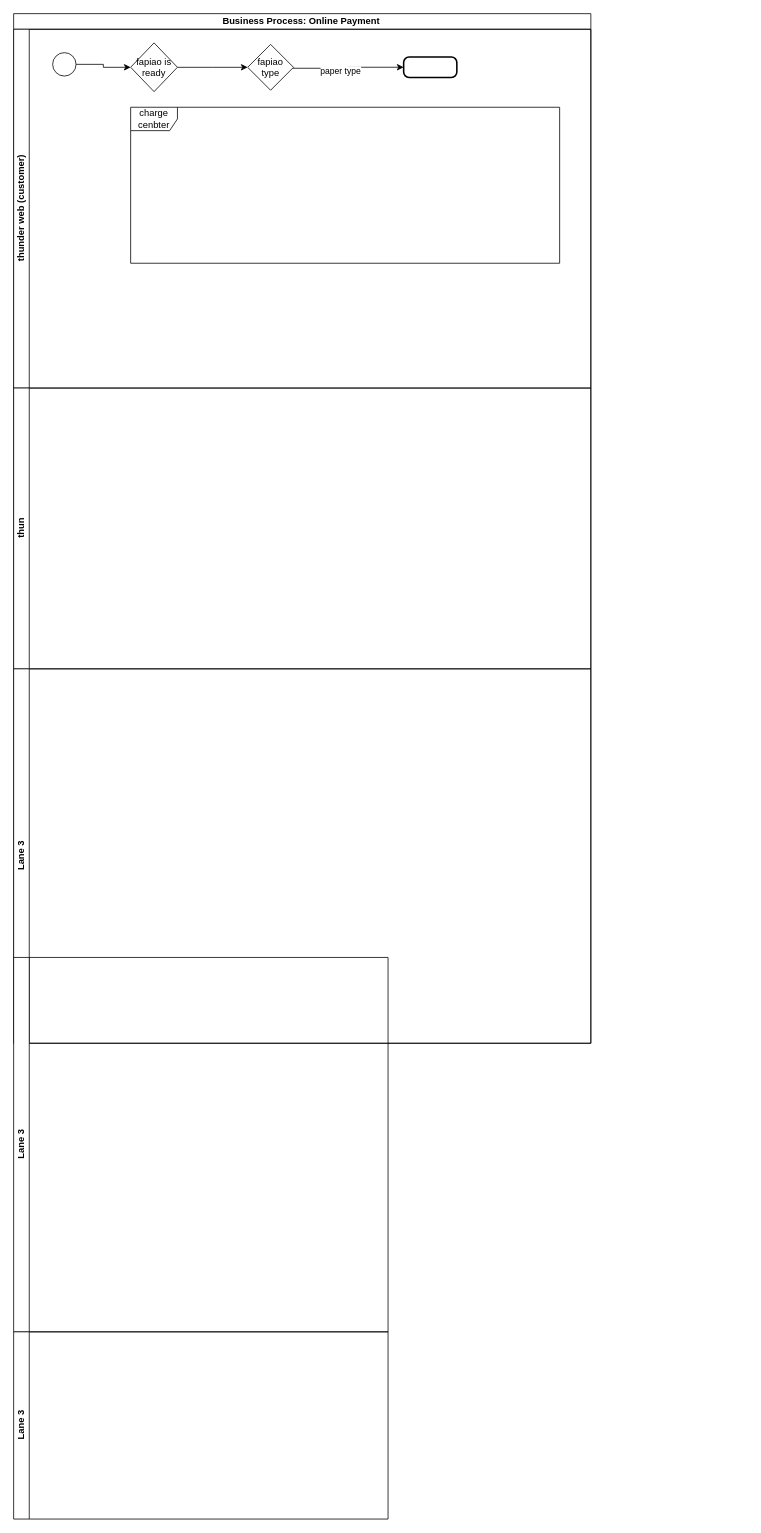
The draw.io diagram ningbo bank pay.drawio in yi2003/diagram, before the edit. Source tidied: cells renumbered, new cells numbered last; positions are measured from the earlier drawing's top-left corner, leaving out a move shared by most shapes. Both pictures are drawn from the tidied source at 78%, with x=0, y=0 at pixel (13, 13).
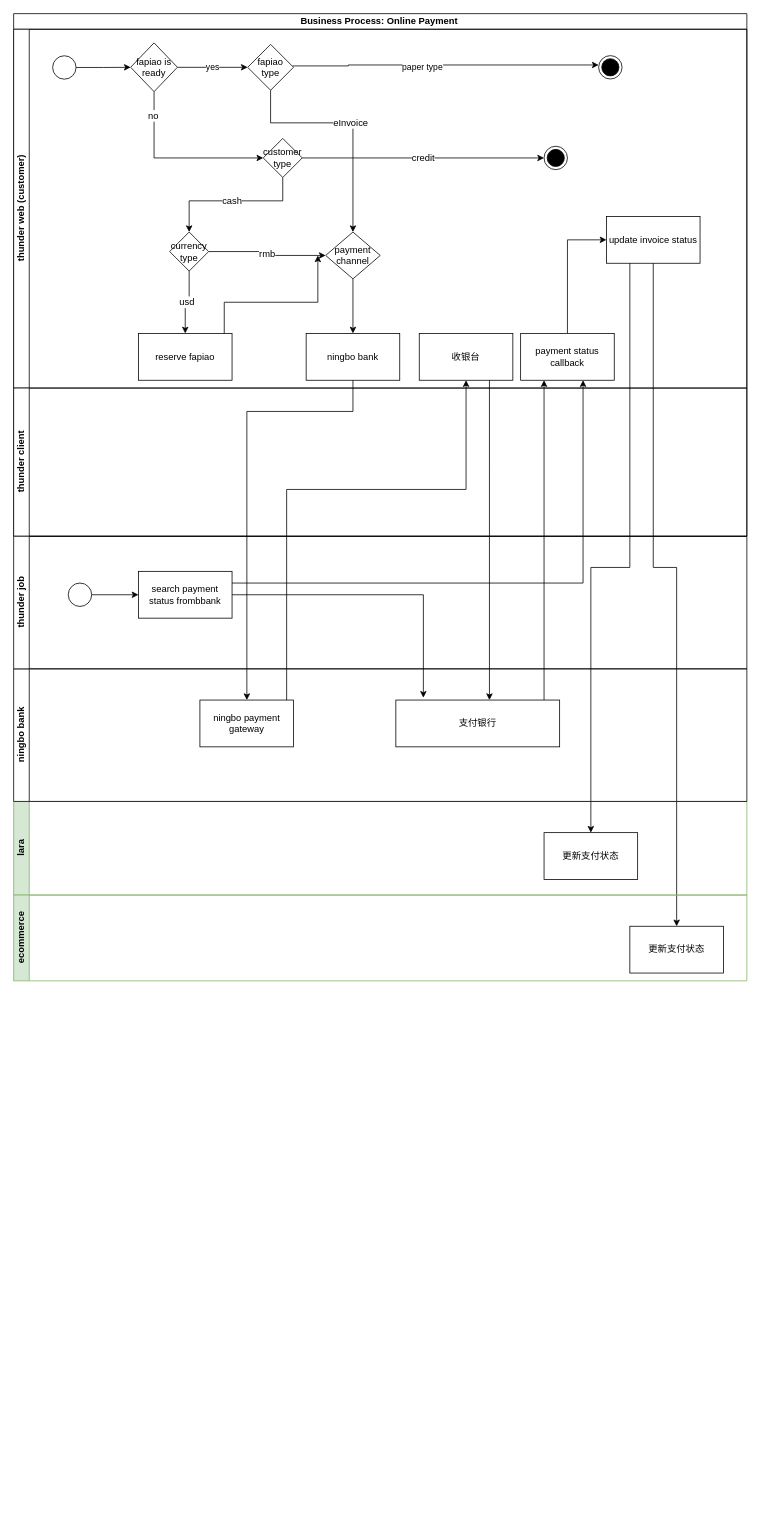
The same diagram, later.

The change refers to these unchanged cells:
```xml
<mxCell id="7" value="fapiao is ready" style="rhombus;whiteSpace=wrap;html=1;" parent="3" vertex="1">
  <mxGeometry x="150" y="17.5" width="60" height="62.5" as="geometry" />
</mxCell>
<mxCell id="10" value="fapiao type" style="rhombus;whiteSpace=wrap;html=1;" parent="3" vertex="1">
  <mxGeometry x="300" y="19.4" width="58.8" height="58.8" as="geometry" />
</mxCell>
```

What changed in the source:
```diff
@@
     <mxCell id="2" value="Business Process: Online Payment&amp;nbsp;" style="swimlane;horizontal=1;startSize=20;html=1;" parent="1" vertex="1">
-      <mxGeometry width="740" height="1320" as="geometry" />
+      <mxGeometry width="940" height="670" as="geometry" />
     </mxCell>
     <mxCell id="3" value="thunder web (customer)" style="swimlane;startSize=20;horizontal=0;html=1;" parent="2" vertex="1">
-      <mxGeometry y="20" width="740" height="460" as="geometry" />
+      <mxGeometry y="20" width="940" height="460" as="geometry" />
     </mxCell>
@@
     <mxCell id="5" style="ellipse;" parent="3" vertex="1">
-      <mxGeometry x="50" y="30" width="30" height="30" as="geometry" />
+      <mxGeometry x="50" y="34" width="30" height="30" as="geometry" />
     </mxCell>
-    <mxCell id="6" style="edgeStyle=orthogonalEdgeStyle;rounded=0;jettySize=auto;html=1;" parent="3" edge="1" source="7" target="10">
+    <mxCell id="6" value="yes" style="edgeStyle=orthogonalEdgeStyle;rounded=0;jettySize=auto;html=1;" parent="3" edge="1" source="7" target="10">
       <mxGeometry relative="1" as="geometry" />
     </mxCell>
+    <mxCell id="17" style="edgeStyle=orthogonalEdgeStyle;rounded=0;jettySize=auto;html=1;strokeColor=#000000;fontFamily=Helvetica;fontSize=12;fontColor=rgb(0, 0, 0);startSize=20;entryX=0;entryY=0.5;entryDx=0;entryDy=0;" parent="3" edge="1" source="7" target="22">
+      <mxGeometry relative="1" as="geometry">
+        <Array as="points">
+          <mxPoint x="180" y="165" />
+        </Array>
+      </mxGeometry>
+    </mxCell>
+    <mxCell id="18" value="no" style="edgeLabel;html=1;align=center;verticalAlign=middle;fontSize=12;fontFamily=Helvetica;fontColor=rgb(0, 0, 0);" parent="17" vertex="1">
+      <mxGeometry x="-0.73" y="-2" relative="1" as="geometry" />
+    </mxCell>
@@
-    <mxCell id="8" style="edgeStyle=orthogonalEdgeStyle;rounded=0;jettySize=auto;html=1;entryX=0;entryY=0.5;entryDx=0;entryDy=0;" parent="3" edge="1" source="10" target="11">
+    <mxCell id="8" style="edgeStyle=orthogonalEdgeStyle;rounded=0;orthogonalLoop=1;jettySize=auto;html=1;entryX=0;entryY=0.5;entryDx=0;entryDy=0;" parent="3" edge="1">
       <mxGeometry relative="1" as="geometry">
+        <mxPoint x="357.5" y="47" as="sourcePoint" />
+        <mxPoint x="750" y="45.8" as="targetPoint" />
         <Array as="points">
-          <mxPoint x="429" y="50" />
-          <mxPoint x="429" y="49" />
+          <mxPoint x="429" y="47" />
+          <mxPoint x="429" y="46" />
         </Array>
       </mxGeometry>
     </mxCell>
@@
+    <mxCell id="19" value="eInvoice" style="edgeStyle=orthogonalEdgeStyle;rounded=0;jettySize=auto;html=1;entryX=0.5;entryY=0;entryDx=0;entryDy=0;strokeColor=#000000;fontFamily=Helvetica;fontSize=12;fontColor=rgb(0, 0, 0);startSize=20;" parent="3" edge="1" source="10" target="28">
+      <mxGeometry relative="1" as="geometry">
+        <Array as="points">
+          <mxPoint x="329" y="120" />
+          <mxPoint x="435" y="120" />
+        </Array>
+      </mxGeometry>
+    </mxCell>
@@
-    <mxCell id="11" style="rounded=1;whiteSpace=wrap;html=1;absoluteArcSize=1;arcSize=14;strokeWidth=2;" parent="3" vertex="1">
-      <mxGeometry x="500" y="35.6" width="68.2" height="26.2" as="geometry" />
-    </mxCell>
-    <mxCell id="12" value="charge cenbter" style="shape=umlFrame;whiteSpace=wrap;html=1;" parent="3" vertex="1">
-      <mxGeometry x="150" y="100" width="550" height="200" as="geometry" />
-    </mxCell>
+    <mxCell id="20" value="credit" style="edgeStyle=orthogonalEdgeStyle;rounded=0;jettySize=auto;html=1;strokeColor=#000000;fontFamily=Helvetica;fontSize=12;fontColor=rgb(0, 0, 0);startSize=20;entryX=0;entryY=0.5;entryDx=0;entryDy=0;" parent="3" edge="1" source="22" target="35">
+      <mxGeometry relative="1" as="geometry">
+        <Array as="points">
+          <mxPoint x="670" y="165" />
+        </Array>
+      </mxGeometry>
+    </mxCell>
+    <mxCell id="21" value="cash" style="edgeStyle=orthogonalEdgeStyle;rounded=0;jettySize=auto;html=1;strokeColor=#000000;fontFamily=Helvetica;fontSize=12;fontColor=rgb(0, 0, 0);startSize=20;" parent="3" edge="1" source="22" target="24">
+      <mxGeometry relative="1" as="geometry">
+        <Array as="points">
+          <mxPoint x="225" y="220" />
+        </Array>
+      </mxGeometry>
+    </mxCell>
+    <mxCell id="22" value="customer type" style="rhombus;whiteSpace=wrap;html=1;strokeColor=rgb(0, 0, 0);fontFamily=Helvetica;fontSize=12;fontColor=rgb(0, 0, 0);startSize=20;fillColor=rgb(255, 255, 255);" parent="3" vertex="1">
+      <mxGeometry x="320" y="140" width="50" height="50" as="geometry" />
+    </mxCell>
+    <mxCell id="23" value="rmb" style="edgeStyle=orthogonalEdgeStyle;rounded=0;jettySize=auto;html=1;strokeColor=#000000;fontFamily=Helvetica;fontSize=12;fontColor=rgb(0, 0, 0);startSize=20;" parent="3" edge="1" source="24" target="28">
+      <mxGeometry relative="1" as="geometry">
+        <Array as="points">
+          <mxPoint x="325" y="285" />
+          <mxPoint x="325" y="290" />
+        </Array>
+      </mxGeometry>
+    </mxCell>
+    <mxCell id="24" value="currency type" style="rhombus;whiteSpace=wrap;html=1;strokeColor=rgb(0, 0, 0);fontFamily=Helvetica;fontSize=12;fontColor=rgb(0, 0, 0);startSize=20;fillColor=rgb(255, 255, 255);" parent="3" vertex="1">
+      <mxGeometry x="200" y="260" width="50" height="50" as="geometry" />
+    </mxCell>
+    <mxCell id="25" value="reserve fapiao" style="whiteSpace=wrap;html=1;startSize=20;" parent="3" vertex="1">
+      <mxGeometry x="160" y="390" width="120" height="60" as="geometry" />
+    </mxCell>
+    <mxCell id="26" value="usd" style="edgeStyle=orthogonalEdgeStyle;rounded=0;jettySize=auto;html=1;strokeColor=#000000;fontFamily=Helvetica;fontSize=12;fontColor=rgb(0, 0, 0);startSize=20;" parent="3" edge="1" source="24" target="25">
+      <mxGeometry relative="1" as="geometry" />
+    </mxCell>
+    <mxCell id="27" style="edgeStyle=orthogonalEdgeStyle;rounded=0;jettySize=auto;html=1;strokeColor=#000000;fontFamily=Helvetica;fontSize=12;fontColor=rgb(0, 0, 0);startSize=20;" parent="3" edge="1" source="28" target="29">
+      <mxGeometry relative="1" as="geometry" />
+    </mxCell>
+    <mxCell id="28" value="payment channel" style="rhombus;whiteSpace=wrap;html=1;startSize=20;" parent="3" vertex="1">
+      <mxGeometry x="400" y="260" width="70" height="60" as="geometry" />
+    </mxCell>
+    <mxCell id="29" value="ningbo bank" style="whiteSpace=wrap;html=1;startSize=20;" parent="3" vertex="1">
+      <mxGeometry x="375" y="390" width="120" height="60" as="geometry" />
+    </mxCell>
+    <mxCell id="30" value="收银台" style="rounded=0;whiteSpace=wrap;html=1;strokeColor=rgb(0, 0, 0);fontFamily=Helvetica;fontSize=12;fontColor=rgb(0, 0, 0);startSize=20;fillColor=rgb(255, 255, 255);" parent="3" vertex="1">
+      <mxGeometry x="520" y="390" width="120" height="60" as="geometry" />
+    </mxCell>
+    <mxCell id="31" style="edgeStyle=orthogonalEdgeStyle;rounded=0;jettySize=auto;html=1;entryX=0;entryY=0.5;entryDx=0;entryDy=0;strokeColor=#000000;fontFamily=Helvetica;fontSize=12;fontColor=rgb(0, 0, 0);startSize=20;" parent="3" edge="1" source="32" target="33">
+      <mxGeometry relative="1" as="geometry" />
+    </mxCell>
+    <mxCell id="32" value="payment status callback" style="rounded=0;whiteSpace=wrap;html=1;strokeColor=rgb(0, 0, 0);fontFamily=Helvetica;fontSize=12;fontColor=rgb(0, 0, 0);startSize=20;fillColor=rgb(255, 255, 255);" parent="3" vertex="1">
+      <mxGeometry x="650" y="390" width="120" height="60" as="geometry" />
+    </mxCell>
+    <mxCell id="33" value="update invoice status" style="rounded=0;whiteSpace=wrap;html=1;strokeColor=rgb(0, 0, 0);fontFamily=Helvetica;fontSize=12;fontColor=rgb(0, 0, 0);startSize=20;fillColor=rgb(255, 255, 255);" parent="3" vertex="1">
+      <mxGeometry x="760" y="240" width="120" height="60" as="geometry" />
+    </mxCell>
+    <mxCell id="34" style="ellipse;html=1;shape=endState;fillColor=strokeColor;strokeColor=rgb(0, 0, 0);fontFamily=Helvetica;fontSize=12;fontColor=rgb(0, 0, 0);startSize=20;" parent="3" vertex="1">
+      <mxGeometry x="750" y="33.8" width="30" height="30" as="geometry" />
+    </mxCell>
+    <mxCell id="35" style="ellipse;html=1;shape=endState;fillColor=strokeColor;strokeColor=rgb(0, 0, 0);fontFamily=Helvetica;fontSize=12;fontColor=rgb(0, 0, 0);startSize=20;" parent="3" vertex="1">
+      <mxGeometry x="680" y="150" width="30" height="30" as="geometry" />
+    </mxCell>
-    <mxCell id="13" value="thun" style="swimlane;startSize=20;horizontal=0;html=1;" parent="2" vertex="1">
-      <mxGeometry y="480" width="740" height="360" as="geometry" />
+    <mxCell id="13" value="thunder client" style="swimlane;startSize=20;horizontal=0;html=1;" parent="2" vertex="1">
+      <mxGeometry y="480" width="940" height="190" as="geometry" />
     </mxCell>
+    <mxCell id="36" style="edgeStyle=orthogonalEdgeStyle;rounded=0;jettySize=auto;html=1;strokeColor=#000000;fontFamily=Helvetica;fontSize=12;fontColor=rgb(0, 0, 0);startSize=20;" parent="1" edge="1" source="33" target="42">
+      <mxGeometry relative="1" as="geometry">
+        <Array as="points">
+          <mxPoint x="790" y="710" />
+          <mxPoint x="740" y="710" />
+        </Array>
+      </mxGeometry>
+    </mxCell>
+    <mxCell id="37" style="edgeStyle=orthogonalEdgeStyle;rounded=0;jettySize=auto;html=1;strokeColor=#000000;fontFamily=Helvetica;fontSize=12;fontColor=rgb(0, 0, 0);startSize=20;" parent="1" edge="1" source="33" target="45">
+      <mxGeometry relative="1" as="geometry">
+        <Array as="points">
+          <mxPoint x="820" y="710" />
+          <mxPoint x="850" y="710" />
+        </Array>
+      </mxGeometry>
+    </mxCell>
+    <mxCell id="38" style="edgeStyle=orthogonalEdgeStyle;rounded=0;jettySize=auto;html=1;strokeColor=#000000;fontFamily=Helvetica;fontSize=12;fontColor=rgb(0, 0, 0);startSize=20;" parent="1" edge="1" source="25">
+      <mxGeometry relative="1" as="geometry">
+        <mxPoint x="390" y="310" as="targetPoint" />
+        <Array as="points">
+          <mxPoint x="270" y="370" />
+          <mxPoint x="390" y="370" />
+        </Array>
+      </mxGeometry>
+    </mxCell>
+    <mxCell id="39" value="ningbo payment gateway" style="rounded=0;whiteSpace=wrap;html=1;strokeColor=rgb(0, 0, 0);fontFamily=Helvetica;fontSize=12;fontColor=rgb(0, 0, 0);startSize=20;fillColor=rgb(255, 255, 255);" parent="1" vertex="1">
+      <mxGeometry x="238.8" y="880" width="120" height="60" as="geometry" />
+    </mxCell>
+    <mxCell id="40" style="edgeStyle=orthogonalEdgeStyle;rounded=0;jettySize=auto;html=1;strokeColor=#000000;fontFamily=Helvetica;fontSize=12;fontColor=rgb(0, 0, 0);startSize=20;" parent="1" edge="1" source="29" target="39">
+      <mxGeometry relative="1" as="geometry">
+        <Array as="points">
+          <mxPoint x="435" y="510" />
+          <mxPoint x="299" y="510" />
+        </Array>
+      </mxGeometry>
+    </mxCell>
+    <mxCell id="41" value="lara" style="swimlane;startSize=20;horizontal=0;html=1;fillColor=#d5e8d4;strokeColor=#82b366;" parent="1" vertex="1">
+      <mxGeometry y="1010" width="940" height="120" as="geometry" />
+    </mxCell>
+    <mxCell id="42" value="更新支付状态" style="rounded=0;whiteSpace=wrap;html=1;strokeColor=rgb(0, 0, 0);fontFamily=Helvetica;fontSize=12;fontColor=rgb(0, 0, 0);startSize=20;fillColor=rgb(255, 255, 255);" parent="41" vertex="1">
+      <mxGeometry x="680" y="40" width="120" height="60" as="geometry" />
+    </mxCell>
+    <mxCell id="43" style="edgeStyle=orthogonalEdgeStyle;rounded=0;jettySize=auto;html=1;strokeColor=#000000;fontFamily=Helvetica;fontSize=12;fontColor=rgb(0, 0, 0);startSize=20;entryX=0.5;entryY=1;entryDx=0;entryDy=0;" parent="1" edge="1" source="39" target="30">
+      <mxGeometry relative="1" as="geometry">
+        <Array as="points">
+          <mxPoint x="350" y="610" />
+          <mxPoint x="580" y="610" />
+        </Array>
+      </mxGeometry>
+    </mxCell>
+    <mxCell id="44" value="ecommerce" style="swimlane;startSize=20;horizontal=0;html=1;fillColor=#d5e8d4;strokeColor=#82b366;" parent="1" vertex="1">
+      <mxGeometry y="1130" width="940" height="110" as="geometry" />
+    </mxCell>
+    <mxCell id="45" value="更新支付状态" style="rounded=0;whiteSpace=wrap;html=1;strokeColor=rgb(0, 0, 0);fontFamily=Helvetica;fontSize=12;fontColor=rgb(0, 0, 0);startSize=20;fillColor=rgb(255, 255, 255);" parent="44" vertex="1">
+      <mxGeometry x="790" y="40" width="120" height="60" as="geometry" />
+    </mxCell>
+    <mxCell id="46" style="edgeStyle=orthogonalEdgeStyle;rounded=0;jettySize=auto;html=1;strokeColor=#000000;fontFamily=Helvetica;fontSize=12;fontColor=rgb(0, 0, 0);startSize=20;entryX=0.25;entryY=1;entryDx=0;entryDy=0;" parent="1" edge="1" source="48" target="32">
+      <mxGeometry relative="1" as="geometry">
+        <Array as="points">
+          <mxPoint x="680" y="780" />
+          <mxPoint x="680" y="780" />
+        </Array>
+      </mxGeometry>
+    </mxCell>
+    <mxCell id="47" style="edgeStyle=orthogonalEdgeStyle;rounded=0;jettySize=auto;html=1;strokeColor=#000000;fontFamily=Helvetica;fontSize=12;fontColor=rgb(0, 0, 0);startSize=20;" parent="1" edge="1" source="30" target="48">
+      <mxGeometry relative="1" as="geometry">
+        <Array as="points">
+          <mxPoint x="610" y="580" />
+          <mxPoint x="610" y="580" />
+        </Array>
+      </mxGeometry>
+    </mxCell>
-    <mxCell id="14" value="Lane 3" style="swimlane;startSize=20;horizontal=0;html=1;" parent="2" vertex="1">
-      <mxGeometry y="840" width="740" height="480" as="geometry" />
+    <mxCell id="14" value="ningbo bank" style="swimlane;startSize=20;horizontal=0;html=1;" parent="1" vertex="1">
+      <mxGeometry y="840" width="940" height="170" as="geometry" />
     </mxCell>
-    <mxCell id="15" value="Lane 3" style="swimlane;startSize=20;horizontal=0;html=1;" parent="1" vertex="1">
-      <mxGeometry y="1210" width="480" height="480" as="geometry" />
-    </mxCell>
-    <mxCell id="16" value="Lane 3" style="swimlane;startSize=20;horizontal=0;html=1;" parent="1" vertex="1">
-      <mxGeometry y="1690" width="480" height="240" as="geometry" />
-    </mxCell>
+    <mxCell id="48" value="支付银行" style="rounded=0;whiteSpace=wrap;html=1;strokeColor=rgb(0, 0, 0);fontFamily=Helvetica;fontSize=12;fontColor=rgb(0, 0, 0);startSize=20;fillColor=rgb(255, 255, 255);" parent="14" vertex="1">
+      <mxGeometry x="490" y="40" width="210" height="60" as="geometry" />
+    </mxCell>
+    <mxCell id="49" value="thunder job" style="swimlane;startSize=20;horizontal=0;html=1;" parent="1" vertex="1">
+      <mxGeometry y="670" width="940" height="170" as="geometry" />
+    </mxCell>
+    <mxCell id="50" style="edgeStyle=orthogonalEdgeStyle;rounded=0;jettySize=auto;html=1;strokeColor=#000000;fontFamily=Helvetica;fontSize=12;fontColor=rgb(0, 0, 0);startSize=20;" parent="49" edge="1" source="51" target="52">
+      <mxGeometry relative="1" as="geometry" />
+    </mxCell>
+    <mxCell id="51" style="ellipse;" parent="49" vertex="1">
+      <mxGeometry x="70" y="60" width="30" height="30" as="geometry" />
+    </mxCell>
+    <mxCell id="52" value="search payment status frombbank" style="whiteSpace=wrap;html=1;" parent="49" vertex="1">
+      <mxGeometry x="160" y="45" width="120" height="60" as="geometry" />
+    </mxCell>
+    <mxCell id="53" style="edgeStyle=orthogonalEdgeStyle;rounded=0;jettySize=auto;html=1;entryX=0.168;entryY=-0.05;entryDx=0;entryDy=0;entryPerimeter=0;strokeColor=#000000;fontFamily=Helvetica;fontSize=12;fontColor=rgb(0, 0, 0);startSize=20;" parent="1" edge="1" source="52" target="48">
+      <mxGeometry relative="1" as="geometry" />
+    </mxCell>
+    <mxCell id="54" style="edgeStyle=orthogonalEdgeStyle;rounded=0;jettySize=auto;html=1;strokeColor=#000000;fontFamily=Helvetica;fontSize=12;fontColor=rgb(0, 0, 0);startSize=20;" parent="1" edge="1" source="52">
+      <mxGeometry relative="1" as="geometry">
+        <mxPoint x="730" y="470" as="targetPoint" />
+        <Array as="points">
+          <mxPoint x="730" y="730" />
+        </Array>
+      </mxGeometry>
+    </mxCell>
```
